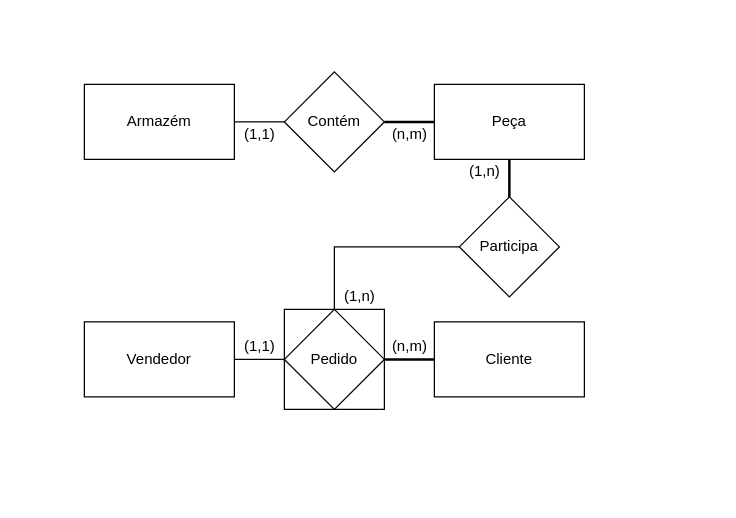
Above: page "Ex-3-ER" (5 of 6) of Lista6_16-05/Lista6.drawio in andreeeeeeeee/Engenharia_Software (draw.io), before the change. Source tidied: cells renumbered, new cells numbered last; positions are measured from the earlier drawing's top-left corner, leaving out a move shared by most shapes. Both pictures are drawn from the tidied source at 125%, with x=0, y=0 at pixel (84, 71).
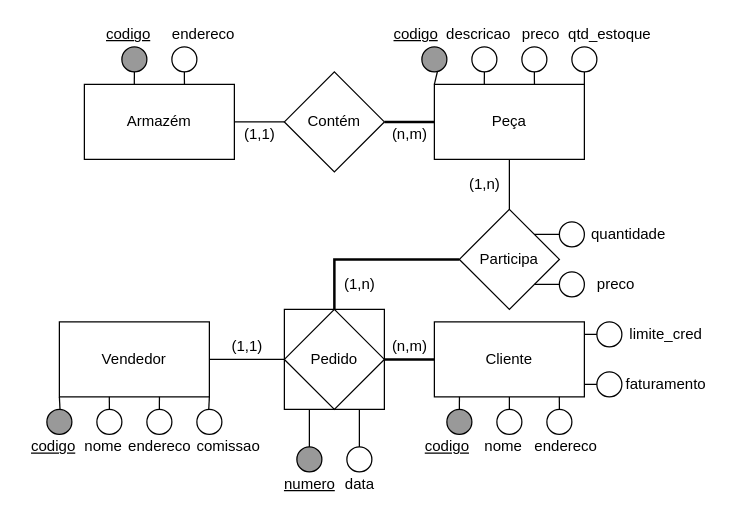
After the change.

The change refers to these unchanged cells:
```xml
<mxCell id="5" value="Cliente" style="whiteSpace=wrap;html=1;fillColor=#FFFFFF;" parent="1" vertex="1">
  <mxGeometry x="280" y="200" width="120" height="60" as="geometry" />
</mxCell>
<mxCell id="9" value="Pedido" style="shape=associativeEntity;whiteSpace=wrap;html=1;align=center;fillColor=#FFFFFF;fontStyle=0;" parent="1" vertex="1">
  <mxGeometry x="160" y="190" width="80" height="80" as="geometry" />
</mxCell>
<mxCell id="13" value="Peça" style="rounded=0;whiteSpace=wrap;html=1;fillColor=#FFFFFF;" parent="1" vertex="1">
  <mxGeometry x="280" y="10" width="120" height="60" as="geometry" />
</mxCell>
<mxCell id="16" value="Armazém" style="rounded=0;whiteSpace=wrap;html=1;fillColor=#FFFFFF;" parent="1" vertex="1">
  <mxGeometry y="10" width="120" height="60" as="geometry" />
</mxCell>
```

Change to the diagram source:
```diff
@@
     <mxCell id="3" value="Vendedor" style="rounded=0;whiteSpace=wrap;html=1;fillColor=#FFFFFF;" parent="1" vertex="1">
-      <mxGeometry y="200" width="120" height="60" as="geometry" />
+      <mxGeometry x="-20" y="200" width="120" height="60" as="geometry" />
     </mxCell>
@@
     <mxCell id="7" value="(1,1)" style="text;html=1;align=center;verticalAlign=middle;strokeColor=none;fillColor=none;" parent="1" vertex="1">
-      <mxGeometry x="120" y="210" width="40" height="20" as="geometry" />
+      <mxGeometry x="110" y="210" width="40" height="20" as="geometry" />
     </mxCell>
-    <mxCell id="8" style="edgeStyle=orthogonalEdgeStyle;rounded=0;jettySize=auto;html=1;endArrow=none;endFill=0;strokeWidth=2;" parent="1" edge="1" source="13" target="11">
+    <mxCell id="8" style="edgeStyle=orthogonalEdgeStyle;rounded=0;jettySize=auto;html=1;endArrow=none;endFill=0;strokeWidth=1;" parent="1" edge="1" source="13" target="11">
       <mxGeometry relative="1" as="geometry" />
     </mxCell>
@@
-    <mxCell id="10" style="edgeStyle=orthogonalEdgeStyle;rounded=0;jettySize=auto;html=1;endArrow=none;endFill=0;strokeWidth=1;" parent="1" edge="1" source="11" target="9">
-      <mxGeometry relative="1" as="geometry" />
+    <mxCell id="10" style="edgeStyle=orthogonalEdgeStyle;rounded=0;jettySize=auto;html=1;endArrow=none;endFill=0;strokeWidth=2;" parent="1" edge="1" source="11" target="9">
+      <mxGeometry relative="1" as="geometry">
+        <Array as="points">
+          <mxPoint x="200" y="150" />
+        </Array>
+      </mxGeometry>
     </mxCell>
     <mxCell id="11" value="Participa" style="rhombus;whiteSpace=wrap;html=1;fillColor=#FFFFFF;" parent="1" vertex="1">
-      <mxGeometry x="300" y="100" width="80" height="80" as="geometry" />
+      <mxGeometry x="300" y="110" width="80" height="80" as="geometry" />
     </mxCell>
@@
     <mxCell id="17" value="(1,n)" style="text;html=1;align=center;verticalAlign=middle;strokeColor=none;fillColor=none;" parent="1" vertex="1">
-      <mxGeometry x="200" y="170" width="40" height="20" as="geometry" />
+      <mxGeometry x="200" y="160" width="40" height="20" as="geometry" />
     </mxCell>
     <mxCell id="18" value="(1,n)" style="text;html=1;align=center;verticalAlign=middle;strokeColor=none;fillColor=none;" parent="1" vertex="1">
-      <mxGeometry x="300" y="70" width="40" height="20" as="geometry" />
+      <mxGeometry x="300" y="80" width="40" height="20" as="geometry" />
     </mxCell>
@@
+    <mxCell id="21" style="ellipse;whiteSpace=wrap;html=1;fillColor=#999999;" parent="1" vertex="1">
+      <mxGeometry x="-30" y="270" width="20" height="20" as="geometry" />
+    </mxCell>
+    <mxCell id="22" style="ellipse;whiteSpace=wrap;html=1;" parent="1" vertex="1">
+      <mxGeometry x="10" y="270" width="20" height="20" as="geometry" />
+    </mxCell>
+    <mxCell id="23" style="ellipse;whiteSpace=wrap;html=1;" parent="1" vertex="1">
+      <mxGeometry x="90" y="270" width="20" height="20" as="geometry" />
+    </mxCell>
+    <mxCell id="24" style="endArrow=none;html=1;rounded=0;entryX=0;entryY=1;entryDx=0;entryDy=0;" parent="1" edge="1" source="21" target="3">
+      <mxGeometry relative="1" as="geometry" />
+    </mxCell>
+    <mxCell id="25" style="endArrow=none;html=1;rounded=0;exitX=0.333;exitY=1;exitDx=0;exitDy=0;exitPerimeter=0;" parent="1" edge="1" source="3" target="22">
+      <mxGeometry relative="1" as="geometry" />
+    </mxCell>
+    <mxCell id="26" style="endArrow=none;html=1;rounded=0;exitX=1;exitY=1;exitDx=0;exitDy=0;" parent="1" edge="1" source="3" target="23">
+      <mxGeometry relative="1" as="geometry" />
+    </mxCell>
+    <mxCell id="27" style="ellipse;whiteSpace=wrap;html=1;" parent="1" vertex="1">
+      <mxGeometry x="50" y="270" width="20" height="20" as="geometry" />
+    </mxCell>
+    <mxCell id="28" style="endArrow=none;html=1;rounded=0;exitX=0.667;exitY=1;exitDx=0;exitDy=0;exitPerimeter=0;" parent="1" edge="1" source="3" target="27">
+      <mxGeometry relative="1" as="geometry" />
+    </mxCell>
+    <mxCell id="29" value="&lt;u&gt;codigo&lt;/u&gt;" style="text;html=1;align=center;verticalAlign=middle;strokeColor=none;fillColor=none;" parent="1" vertex="1">
+      <mxGeometry x="-50" y="290" width="50" height="20" as="geometry" />
+    </mxCell>
+    <mxCell id="30" value="nome" style="text;html=1;align=center;verticalAlign=middle;strokeColor=none;fillColor=none;" parent="1" vertex="1">
+      <mxGeometry x="-10" y="290" width="50" height="20" as="geometry" />
+    </mxCell>
+    <mxCell id="31" value="endereco" style="text;html=1;align=center;verticalAlign=middle;strokeColor=none;fillColor=none;" parent="1" vertex="1">
+      <mxGeometry x="25" y="290" width="70" height="20" as="geometry" />
+    </mxCell>
+    <mxCell id="32" value="comissao" style="text;html=1;align=center;verticalAlign=middle;strokeColor=none;fillColor=none;" parent="1" vertex="1">
+      <mxGeometry x="80" y="290" width="70" height="20" as="geometry" />
+    </mxCell>
+    <mxCell id="33" style="ellipse;whiteSpace=wrap;html=1;fillColor=#999999;" parent="1" vertex="1">
+      <mxGeometry x="290" y="270" width="20" height="20" as="geometry" />
+    </mxCell>
+    <mxCell id="34" style="ellipse;whiteSpace=wrap;html=1;" parent="1" vertex="1">
+      <mxGeometry x="330" y="270" width="20" height="20" as="geometry" />
+    </mxCell>
+    <mxCell id="35" style="ellipse;whiteSpace=wrap;html=1;" parent="1" vertex="1">
+      <mxGeometry x="410" y="200" width="20" height="20" as="geometry" />
+    </mxCell>
+    <mxCell id="36" style="ellipse;whiteSpace=wrap;html=1;" parent="1" vertex="1">
+      <mxGeometry x="410" y="240" width="20" height="20" as="geometry" />
+    </mxCell>
+    <mxCell id="37" style="ellipse;whiteSpace=wrap;html=1;" parent="1" vertex="1">
+      <mxGeometry x="370" y="270" width="20" height="20" as="geometry" />
+    </mxCell>
+    <mxCell id="38" style="endArrow=none;html=1;rounded=0;entryX=0.167;entryY=1;entryDx=0;entryDy=0;entryPerimeter=0;" parent="1" edge="1" source="33" target="5">
+      <mxGeometry relative="1" as="geometry" />
+    </mxCell>
+    <mxCell id="39" style="endArrow=none;html=1;rounded=0;" parent="1" edge="1" source="34" target="5">
+      <mxGeometry relative="1" as="geometry" />
+    </mxCell>
+    <mxCell id="40" style="endArrow=none;html=1;rounded=0;entryX=0.833;entryY=1;entryDx=0;entryDy=0;entryPerimeter=0;" parent="1" edge="1" source="37" target="5">
+      <mxGeometry relative="1" as="geometry" />
+    </mxCell>
+    <mxCell id="41" style="endArrow=none;html=1;rounded=0;entryX=1;entryY=0.833;entryDx=0;entryDy=0;entryPerimeter=0;" parent="1" edge="1" source="36" target="5">
+      <mxGeometry relative="1" as="geometry" />
+    </mxCell>
+    <mxCell id="42" style="endArrow=none;html=1;rounded=0;entryX=1;entryY=0.167;entryDx=0;entryDy=0;entryPerimeter=0;" parent="1" edge="1" source="35" target="5">
+      <mxGeometry relative="1" as="geometry" />
+    </mxCell>
+    <mxCell id="43" value="&lt;u&gt;codigo&lt;/u&gt;" style="text;html=1;align=center;verticalAlign=middle;strokeColor=none;fillColor=none;" parent="1" vertex="1">
+      <mxGeometry x="265" y="290" width="50" height="20" as="geometry" />
+    </mxCell>
+    <mxCell id="44" value="nome" style="text;html=1;align=center;verticalAlign=middle;strokeColor=none;fillColor=none;" parent="1" vertex="1">
+      <mxGeometry x="310" y="290" width="50" height="20" as="geometry" />
+    </mxCell>
+    <mxCell id="45" value="endereco" style="text;html=1;align=center;verticalAlign=middle;strokeColor=none;fillColor=none;" parent="1" vertex="1">
+      <mxGeometry x="350" y="290" width="70" height="20" as="geometry" />
+    </mxCell>
+    <mxCell id="46" value="limite_cred" style="text;html=1;align=center;verticalAlign=middle;strokeColor=none;fillColor=none;" parent="1" vertex="1">
+      <mxGeometry x="430" y="200" width="70" height="20" as="geometry" />
+    </mxCell>
+    <mxCell id="47" value="faturamento" style="text;html=1;align=center;verticalAlign=middle;strokeColor=none;fillColor=none;" parent="1" vertex="1">
+      <mxGeometry x="425" y="240" width="80" height="20" as="geometry" />
+    </mxCell>
+    <mxCell id="48" style="ellipse;whiteSpace=wrap;html=1;fillColor=#999999;" parent="1" vertex="1">
+      <mxGeometry x="270" y="-20" width="20" height="20" as="geometry" />
+    </mxCell>
+    <mxCell id="49" style="ellipse;whiteSpace=wrap;html=1;" parent="1" vertex="1">
+      <mxGeometry x="310" y="-20" width="20" height="20" as="geometry" />
+    </mxCell>
+    <mxCell id="50" style="ellipse;whiteSpace=wrap;html=1;" parent="1" vertex="1">
+      <mxGeometry x="390" y="-20" width="20" height="20" as="geometry" />
+    </mxCell>
+    <mxCell id="51" style="ellipse;whiteSpace=wrap;html=1;" parent="1" vertex="1">
+      <mxGeometry x="350" y="-20" width="20" height="20" as="geometry" />
+    </mxCell>
+    <mxCell id="52" style="endArrow=none;html=1;rounded=0;entryX=0.333;entryY=0;entryDx=0;entryDy=0;entryPerimeter=0;" parent="1" edge="1" source="49" target="13">
+      <mxGeometry relative="1" as="geometry" />
+    </mxCell>
+    <mxCell id="53" style="endArrow=none;html=1;rounded=0;entryX=0.667;entryY=0;entryDx=0;entryDy=0;entryPerimeter=0;" parent="1" edge="1" source="51" target="13">
+      <mxGeometry relative="1" as="geometry" />
+    </mxCell>
+    <mxCell id="54" style="endArrow=none;html=1;rounded=0;entryX=1;entryY=0;entryDx=0;entryDy=0;" parent="1" edge="1" source="50" target="13">
+      <mxGeometry relative="1" as="geometry" />
+    </mxCell>
+    <mxCell id="55" style="endArrow=none;html=1;rounded=0;exitX=0;exitY=0;exitDx=0;exitDy=0;" parent="1" edge="1" source="13" target="48">
+      <mxGeometry relative="1" as="geometry" />
+    </mxCell>
+    <mxCell id="56" value="&lt;u&gt;codigo&lt;/u&gt;" style="text;html=1;align=center;verticalAlign=middle;strokeColor=none;fillColor=none;" parent="1" vertex="1">
+      <mxGeometry x="240" y="-40" width="50" height="20" as="geometry" />
+    </mxCell>
+    <mxCell id="57" value="descricao" style="text;html=1;align=center;verticalAlign=middle;strokeColor=none;fillColor=none;" parent="1" vertex="1">
+      <mxGeometry x="280" y="-40" width="70" height="20" as="geometry" />
+    </mxCell>
+    <mxCell id="58" value="preco" style="text;html=1;align=center;verticalAlign=middle;strokeColor=none;fillColor=none;" parent="1" vertex="1">
+      <mxGeometry x="340" y="-40" width="50" height="20" as="geometry" />
+    </mxCell>
+    <mxCell id="59" value="qtd_estoque" style="text;html=1;align=center;verticalAlign=middle;strokeColor=none;fillColor=none;" parent="1" vertex="1">
+      <mxGeometry x="380" y="-40" width="80" height="20" as="geometry" />
+    </mxCell>
+    <mxCell id="60" style="ellipse;whiteSpace=wrap;html=1;fillColor=#999999;" parent="1" vertex="1">
+      <mxGeometry x="30" y="-20" width="20" height="20" as="geometry" />
+    </mxCell>
+    <mxCell id="61" style="ellipse;whiteSpace=wrap;html=1;" parent="1" vertex="1">
+      <mxGeometry x="70" y="-20" width="20" height="20" as="geometry" />
+    </mxCell>
+    <mxCell id="62" style="endArrow=none;html=1;rounded=0;strokeWidth=1;entryX=0.667;entryY=0;entryDx=0;entryDy=0;entryPerimeter=0;" parent="1" edge="1" source="61" target="16">
+      <mxGeometry relative="1" as="geometry" />
+    </mxCell>
+    <mxCell id="63" style="endArrow=none;html=1;rounded=0;strokeWidth=1;entryX=0.333;entryY=0;entryDx=0;entryDy=0;entryPerimeter=0;" parent="1" edge="1" source="60" target="16">
+      <mxGeometry relative="1" as="geometry" />
+    </mxCell>
+    <mxCell id="64" value="&lt;u&gt;codigo&lt;/u&gt;" style="text;html=1;align=center;verticalAlign=middle;strokeColor=none;fillColor=none;" parent="1" vertex="1">
+      <mxGeometry x="10" y="-40" width="50" height="20" as="geometry" />
+    </mxCell>
+    <mxCell id="65" value="endereco" style="text;html=1;align=center;verticalAlign=middle;strokeColor=none;fillColor=none;" parent="1" vertex="1">
+      <mxGeometry x="60" y="-40" width="70" height="20" as="geometry" />
+    </mxCell>
+    <mxCell id="66" style="edgeStyle=orthogonalEdgeStyle;rounded=0;jettySize=auto;html=1;endArrow=none;endFill=0;strokeWidth=1;entryX=0.25;entryY=1;entryDx=0;entryDy=0;" parent="1" edge="1" source="67" target="9">
+      <mxGeometry relative="1" as="geometry" />
+    </mxCell>
+    <mxCell id="67" style="ellipse;whiteSpace=wrap;html=1;fillColor=#999999;" parent="1" vertex="1">
+      <mxGeometry x="170" y="300" width="20" height="20" as="geometry" />
+    </mxCell>
+    <mxCell id="68" style="ellipse;whiteSpace=wrap;html=1;" parent="1" vertex="1">
+      <mxGeometry x="210" y="300" width="20" height="20" as="geometry" />
+    </mxCell>
+    <mxCell id="69" style="edgeStyle=orthogonalEdgeStyle;rounded=0;jettySize=auto;html=1;endArrow=none;endFill=0;strokeWidth=1;exitX=0.75;exitY=1;exitDx=0;exitDy=0;" parent="1" edge="1" source="9" target="68">
+      <mxGeometry relative="1" as="geometry" />
+    </mxCell>
+    <mxCell id="70" value="&lt;u&gt;numero&lt;/u&gt;" style="text;html=1;align=center;verticalAlign=middle;strokeColor=none;fillColor=none;" parent="1" vertex="1">
+      <mxGeometry x="150" y="320" width="60" height="20" as="geometry" />
+    </mxCell>
+    <mxCell id="71" value="data" style="text;html=1;align=center;verticalAlign=middle;strokeColor=none;fillColor=none;" parent="1" vertex="1">
+      <mxGeometry x="200" y="320" width="40" height="20" as="geometry" />
+    </mxCell>
+    <mxCell id="72" style="ellipse;whiteSpace=wrap;html=1;fillColor=#FFFFFF;" parent="1" vertex="1">
+      <mxGeometry x="380" y="120" width="20" height="20" as="geometry" />
+    </mxCell>
+    <mxCell id="73" style="ellipse;whiteSpace=wrap;html=1;fillColor=#FFFFFF;" parent="1" vertex="1">
+      <mxGeometry x="380" y="160" width="20" height="20" as="geometry" />
+    </mxCell>
+    <mxCell id="74" style="endArrow=none;html=1;rounded=0;strokeWidth=1;entryX=1;entryY=1;entryDx=0;entryDy=0;" parent="1" edge="1" source="73" target="11">
+      <mxGeometry relative="1" as="geometry" />
+    </mxCell>
+    <mxCell id="75" style="endArrow=none;html=1;rounded=0;strokeWidth=1;entryX=1;entryY=0;entryDx=0;entryDy=0;" parent="1" edge="1" source="72" target="11">
+      <mxGeometry relative="1" as="geometry" />
+    </mxCell>
+    <mxCell id="76" value="quantidade" style="text;html=1;align=center;verticalAlign=middle;strokeColor=none;fillColor=none;" parent="1" vertex="1">
+      <mxGeometry x="400" y="120" width="70" height="20" as="geometry" />
+    </mxCell>
+    <mxCell id="77" value="preco" style="text;html=1;align=center;verticalAlign=middle;strokeColor=none;fillColor=none;" parent="1" vertex="1">
+      <mxGeometry x="400" y="160" width="50" height="20" as="geometry" />
+    </mxCell>
```
